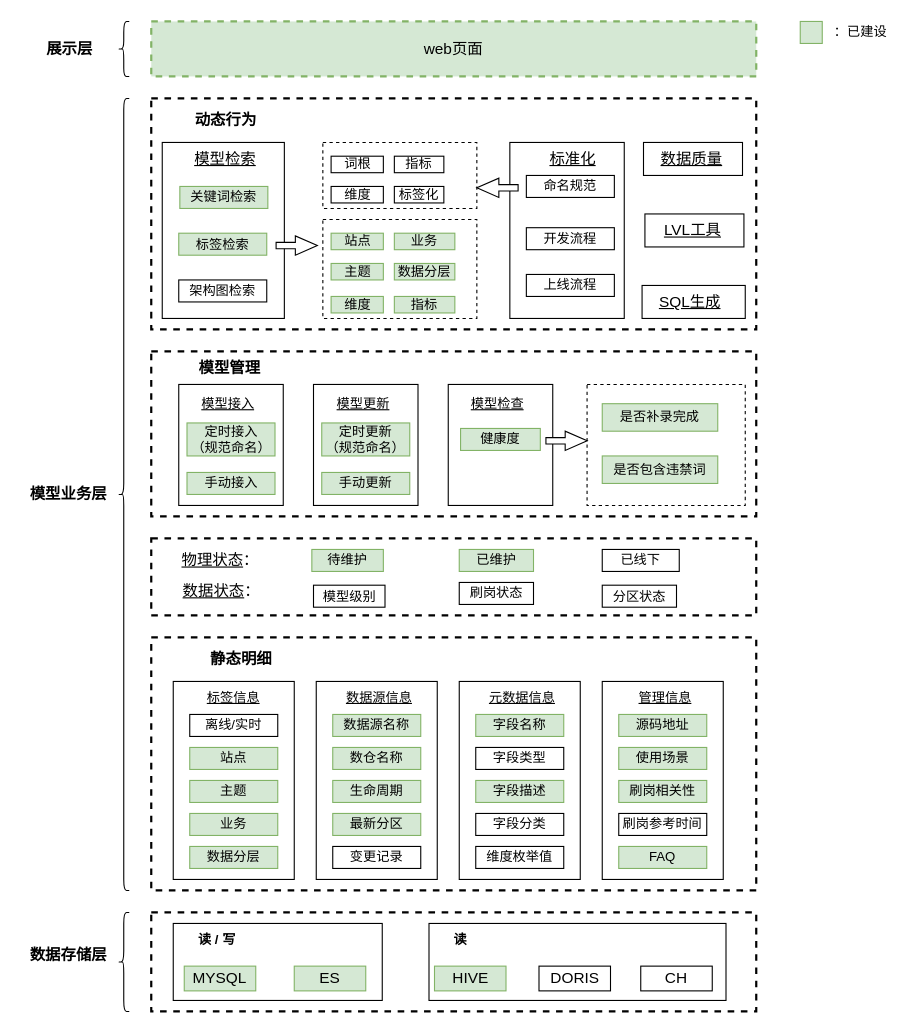
Before: page "业务架构v2" (8 of 8) of demo01/数据地图.drawio in huang-chh/draw, a draw.io diagram. Source tidied: cells renumbered, new cells numbered last; positions are measured from the earlier drawing's top-left corner, leaving out a move shared by most shapes. Both pictures are drawn from the tidied source at 110%, with x=0, y=0 at pixel (19, 19).
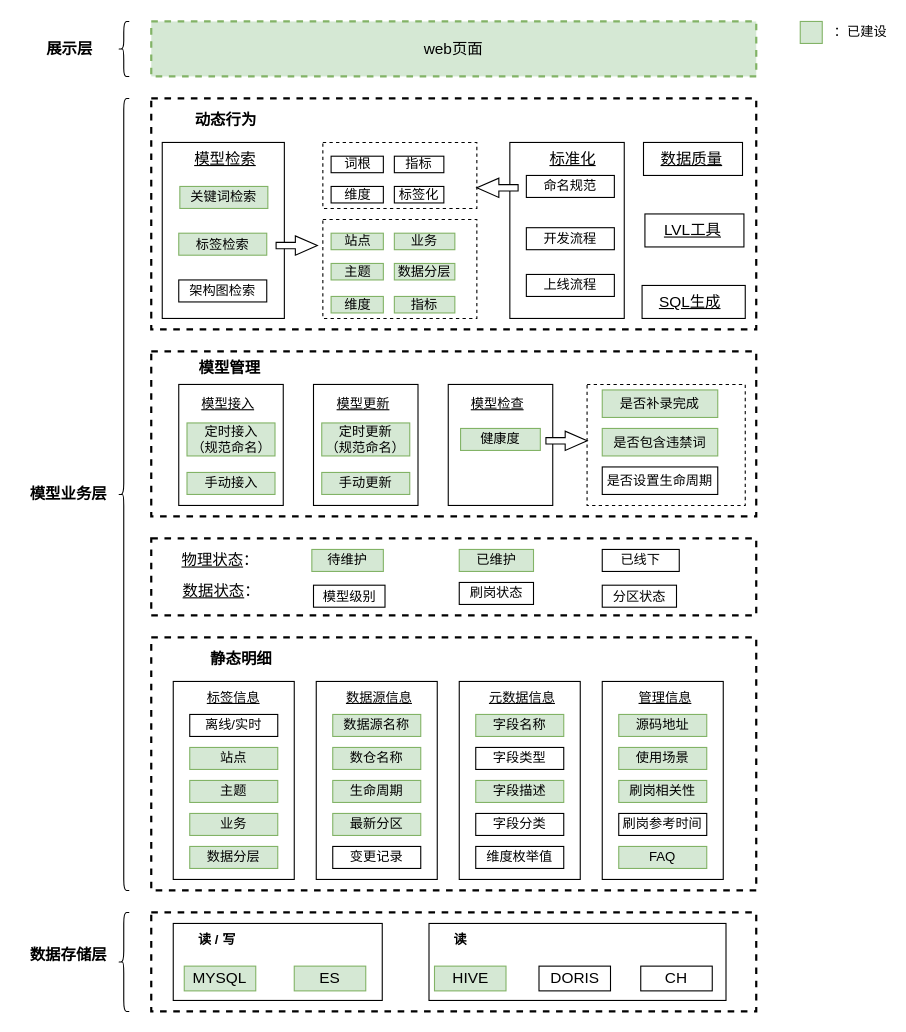
The same page after the edit.

Commit message:
更新数据地图.drawio

Diff of the diagram source:
```diff
@@
     <mxCell id="104" value="是否补录完成" style="rounded=0;whiteSpace=wrap;html=1;strokeWidth=1;fillColor=#d5e8d4;strokeColor=#82b366;" parent="1" vertex="1">
-      <mxGeometry x="530" y="349.5" width="105" height="25" as="geometry" />
+      <mxGeometry x="530" y="337" width="105" height="25" as="geometry" />
     </mxCell>
     <mxCell id="105" value="是否包含违禁词" style="rounded=0;whiteSpace=wrap;html=1;strokeWidth=1;fillColor=#d5e8d4;strokeColor=#82b366;" parent="1" vertex="1">
-      <mxGeometry x="530" y="397" width="105" height="25" as="geometry" />
+      <mxGeometry x="530" y="372" width="105" height="25" as="geometry" />
     </mxCell>
@@
+    <mxCell id="109" value="是否设置生命周期" style="rounded=0;whiteSpace=wrap;html=1;strokeWidth=1;" parent="1" vertex="1">
+      <mxGeometry x="530" y="407" width="105" height="25" as="geometry" />
+    </mxCell>
```
